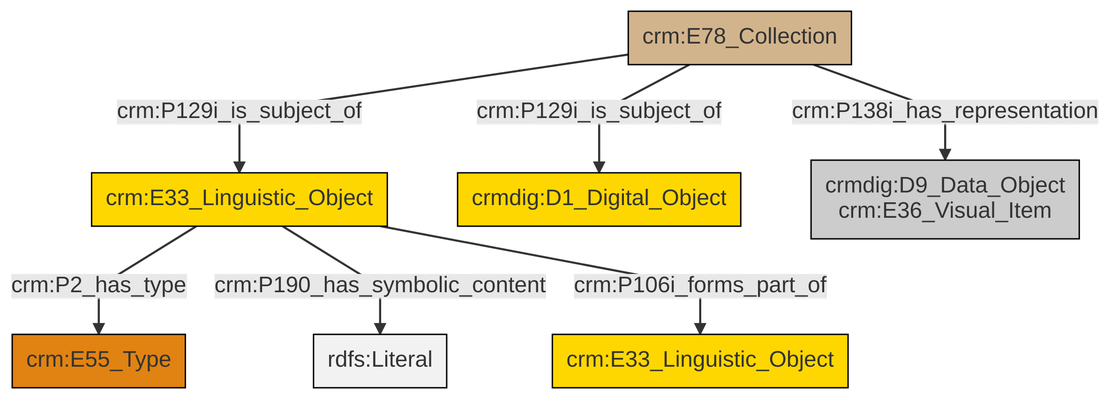
This is et/archivalCSV/ttl/mmd/png/archival_docs.png from swiss-art-research-net/docs.swissartresearch, a Mermaid export, as it was before one commit. Its source is kept beside it as et/archivalCSV/ttl/mmd/archival_docs.ttl.mmd.
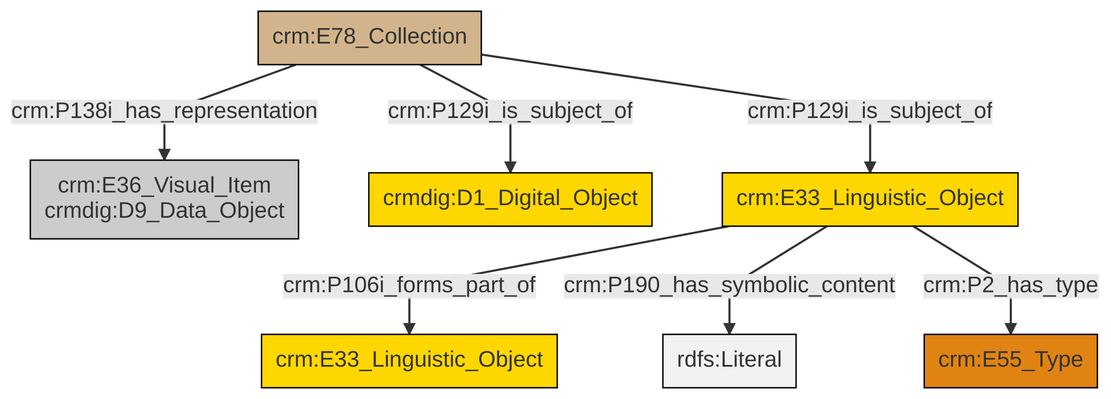
Above is the later version.

What changed in the source:
```diff
@@ -13,9 +13,9 @@
 classDef PC_Classes fill:#4ce600, stroke:#000000;
 classDef Multi fill:#cccccc,stroke:#000000;
 
-0["crm:E33_Linguistic_Object"]:::Conceptual_Object -->|crm:P2_has_type| 1["crm:E55_Type"]:::Type
-4["crm:E78_Collection"]:::Physical_Thing -->|crm:P138i_has_representation| 5["crmdig:D9_Data_Object<br>crm:E36_Visual_Item"]:::Multi
-4["crm:E78_Collection"]:::Physical_Thing -->|crm:P129i_is_subject_of| 2["crmdig:D1_Digital_Object"]:::Conceptual_Object
-0["crm:E33_Linguistic_Object"]:::Conceptual_Object -->|crm:P190_has_symbolic_content| 7[rdfs:Literal]:::Literal
-4["crm:E78_Collection"]:::Physical_Thing -->|crm:P129i_is_subject_of| 0["crm:E33_Linguistic_Object"]:::Conceptual_Object
-0["crm:E33_Linguistic_Object"]:::Conceptual_Object -->|crm:P106i_forms_part_of| 10["crm:E33_Linguistic_Object"]:::Conceptual_Object
+2["crm:E78_Collection"]:::Physical_Thing -->|crm:P138i_has_representation| 3["crm:E36_Visual_Item<br>crmdig:D9_Data_Object"]:::Multi
+2["crm:E78_Collection"]:::Physical_Thing -->|crm:P129i_is_subject_of| 4["crmdig:D1_Digital_Object"]:::Conceptual_Object
+2["crm:E78_Collection"]:::Physical_Thing -->|crm:P129i_is_subject_of| 5["crm:E33_Linguistic_Object"]:::Conceptual_Object
+5["crm:E33_Linguistic_Object"]:::Conceptual_Object -->|crm:P106i_forms_part_of| 7["crm:E33_Linguistic_Object"]:::Conceptual_Object
+5["crm:E33_Linguistic_Object"]:::Conceptual_Object -->|crm:P190_has_symbolic_content| 8[rdfs:Literal]:::Literal
+5["crm:E33_Linguistic_Object"]:::Conceptual_Object -->|crm:P2_has_type| 0["crm:E55_Type"]:::Type
```
